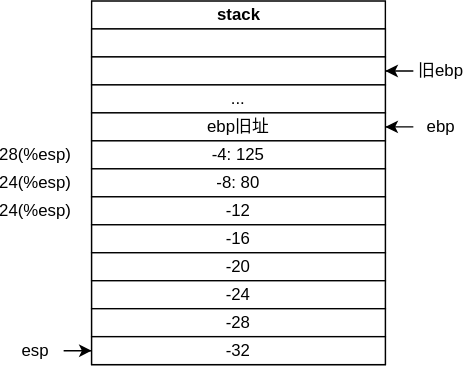
Above: drawio/x86callFunc.drawio.svg in Stolorzs/Picgo (draw.io), before the change. Source tidied: cells renumbered, new cells last; positions are measured from the earlier drawing's top-left corner, leaving out a move shared by most shapes.
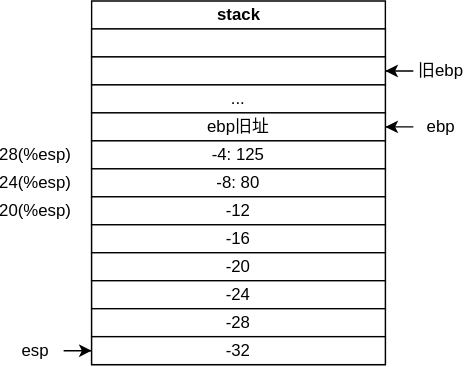
The same file after the commit.

Change to the diagram source:
```diff
@@ -65,7 +65,7 @@
     <mxCell id="22" value="24(%esp)" style="text;html=1;align=center;verticalAlign=middle;whiteSpace=wrap;rounded=0;" parent="1" vertex="1">
       <mxGeometry y="120" width="40" height="20" as="geometry" />
     </mxCell>
-    <mxCell id="23" value="24(%esp)" style="text;html=1;align=center;verticalAlign=middle;whiteSpace=wrap;rounded=0;" parent="1" vertex="1">
+    <mxCell id="23" value="20(%esp)" style="text;html=1;align=center;verticalAlign=middle;whiteSpace=wrap;rounded=0;" parent="1" vertex="1">
       <mxGeometry y="140" width="40" height="20" as="geometry" />
     </mxCell>
   </root>
```
